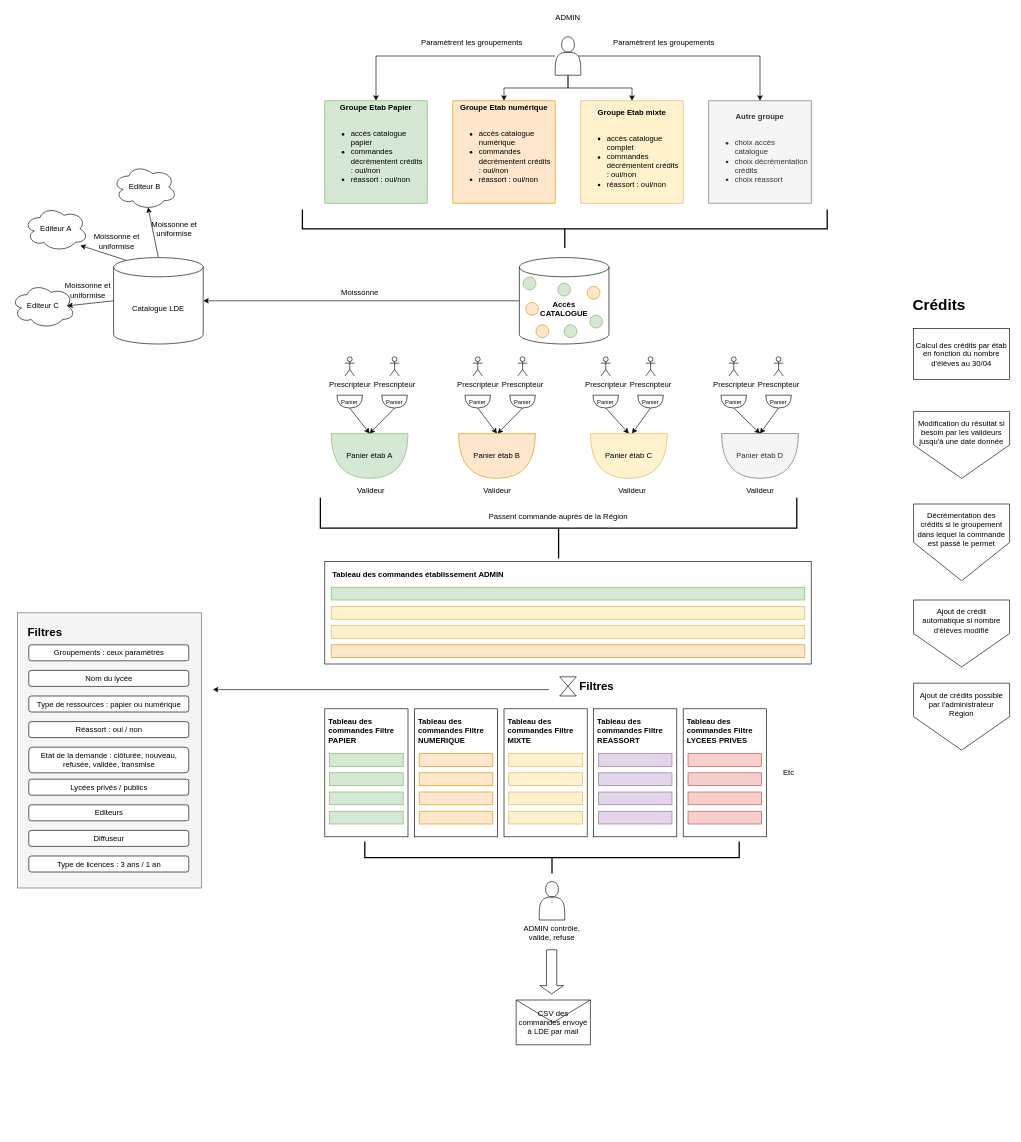
sarahlachise/projects keeps this draw.io diagram as Untitled Diagram.drawio. Above is the earlier version. Source tidied: cells renumbered, new cells numbered last; positions are measured from the earlier drawing's top-left corner, leaving out a move shared by most shapes. Both pictures are drawn from the tidied source at 64%, with x=0, y=0 at pixel (11, -34).
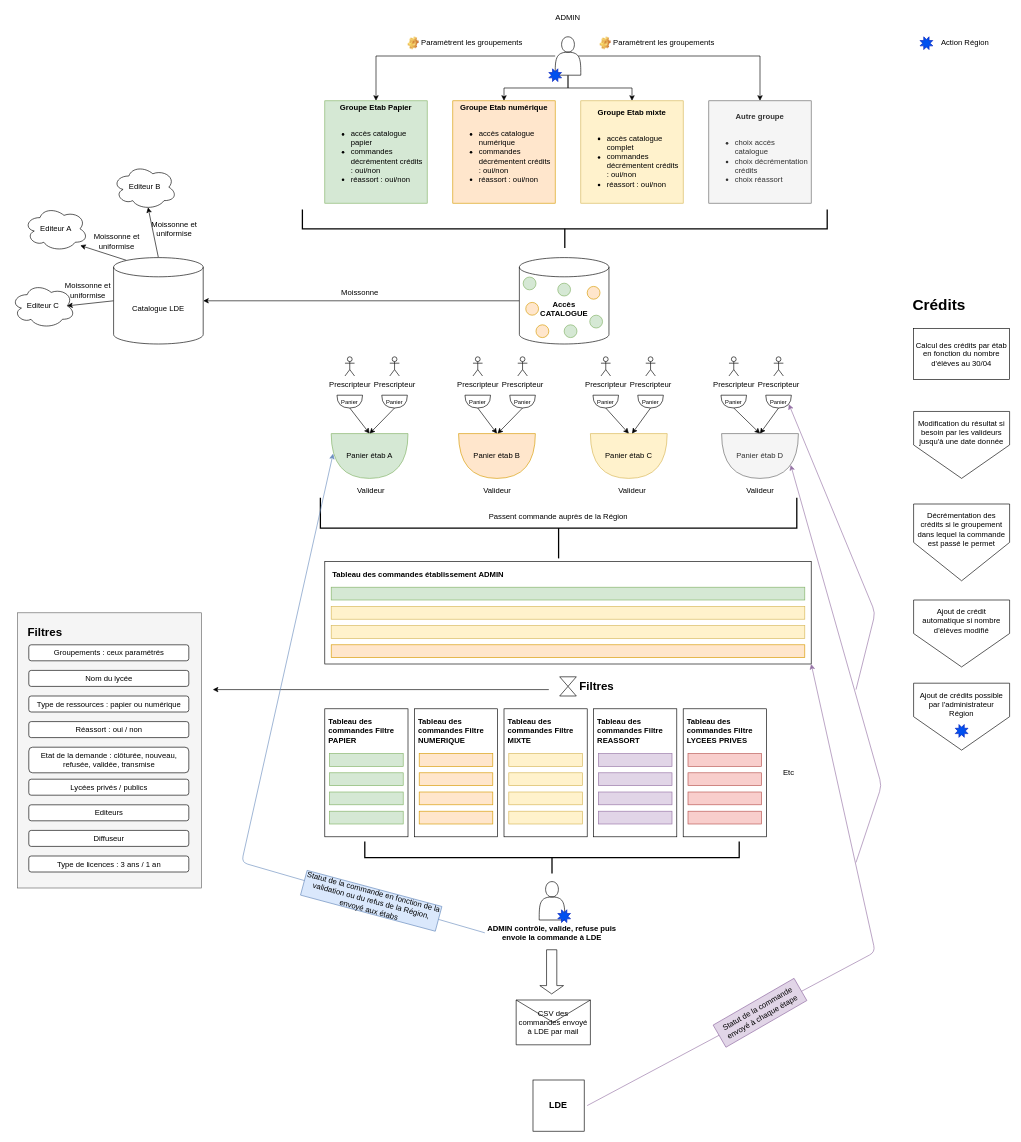
The same diagram, later.

The change refers to these unchanged cells:
```xml
<mxCell id="11" style="rounded=0;whiteSpace=wrap;html=1;" parent="1" vertex="1">
  <mxGeometry x="490" y="930" width="760" height="160" as="geometry" />
</mxCell>
<mxCell id="135" value="&lt;font style=&quot;font-size: 9px&quot;&gt;Panier&lt;/font&gt;" style="shape=or;whiteSpace=wrap;html=1;rotation=0;direction=south;" parent="134" vertex="1">
  <mxGeometry y="60" width="40" height="20" as="geometry" />
</mxCell>
<mxCell id="137" value="&lt;font style=&quot;font-size: 9px&quot;&gt;&lt;font style=&quot;font-size: 12px&quot;&gt;Panier étab A&lt;/font&gt;&lt;br&gt;&lt;/font&gt;" style="shape=or;whiteSpace=wrap;html=1;rotation=0;direction=south;fillColor=#d5e8d4;strokeColor=#82b366;" parent="1" vertex="1">
  <mxGeometry x="500" y="730" width="120" height="70" as="geometry" />
</mxCell>
<mxCell id="140" value="&lt;font style=&quot;font-size: 9px&quot;&gt;&lt;font style=&quot;font-size: 12px&quot;&gt;Panier étab D&lt;/font&gt;&lt;br&gt;&lt;/font&gt;" style="shape=or;whiteSpace=wrap;html=1;rotation=0;direction=south;fillColor=#f5f5f5;strokeColor=#666666;fontColor=#333333;" parent="1" vertex="1">
  <mxGeometry x="1110" y="730" width="120" height="70" as="geometry" />
</mxCell>
<mxCell id="180" style="group;" parent="1" vertex="1">
  <mxGeometry x="1410" y="1120" width="150" height="104.6" as="geometry" />
</mxCell>
```

What changed in the source:
```diff
@@
-    <mxCell id="66" value="Paramètrent les groupements" style="text;html=1;strokeColor=none;fillColor=none;align=center;verticalAlign=middle;whiteSpace=wrap;rounded=0;" parent="1" vertex="1">
-      <mxGeometry x="600" y="110" width="240" height="20" as="geometry" />
-    </mxCell>
-    <mxCell id="67" value="Paramètrent les groupements" style="text;html=1;strokeColor=none;fillColor=none;align=center;verticalAlign=middle;whiteSpace=wrap;rounded=0;" parent="1" vertex="1">
-      <mxGeometry x="900" y="110" width="240" height="20" as="geometry" />
-    </mxCell>
@@
-    <mxCell id="71" value="ADMIN contrôle, valide, refuse" style="text;html=1;strokeColor=none;fillColor=none;align=center;verticalAlign=middle;whiteSpace=wrap;rounded=0;" parent="1" vertex="1">
-      <mxGeometry x="785" y="1490" width="120" height="40" as="geometry" />
+    <mxCell id="71" value="&lt;b&gt;ADMIN contrôle, valide, refuse puis envoie la commande à LDE&lt;/b&gt;" style="text;html=1;strokeColor=none;fillColor=none;align=center;verticalAlign=middle;whiteSpace=wrap;rounded=0;" parent="1" vertex="1">
+      <mxGeometry x="740" y="1490" width="210" height="40" as="geometry" />
     </mxCell>
@@
+    <mxCell id="183" style="verticalLabelPosition=bottom;verticalAlign=top;html=1;shape=mxgraph.basic.8_point_star;fillColor=#0050ef;strokeColor=#001DBC;fontColor=#ffffff;" parent="180" vertex="1">
+      <mxGeometry x="65" y="64.6" width="20" height="20" as="geometry" />
+    </mxCell>
+    <mxCell id="184" style="endArrow=classic;html=1;fillColor=#e1d5e7;strokeColor=#9673a6;entryX=1;entryY=1;entryDx=0;entryDy=0;" parent="1" edge="1" target="11">
+      <mxGeometry relative="1" as="geometry">
+        <mxPoint x="900" y="1780" as="sourcePoint" />
+        <Array as="points">
+          <mxPoint x="1350" y="1540" />
+        </Array>
+      </mxGeometry>
+    </mxCell>
+    <mxCell id="185" style="endArrow=classic;html=1;fillColor=#e1d5e7;strokeColor=#9673a6;entryX=0.7;entryY=0.1;entryDx=0;entryDy=0;entryPerimeter=0;" parent="1" edge="1" target="140">
+      <mxGeometry relative="1" as="geometry">
+        <mxPoint x="1320" y="1400" as="sourcePoint" />
+        <Array as="points">
+          <mxPoint x="1360" y="1280" />
+        </Array>
+      </mxGeometry>
+    </mxCell>
+    <mxCell id="186" style="endArrow=classic;html=1;fillColor=#e1d5e7;strokeColor=#9673a6;entryX=0.7;entryY=0.1;entryDx=0;entryDy=0;entryPerimeter=0;" parent="1" edge="1" target="135">
+      <mxGeometry relative="1" as="geometry">
+        <mxPoint x="1320" y="1130" as="sourcePoint" />
+        <Array as="points">
+          <mxPoint x="1350" y="1010" />
+        </Array>
+      </mxGeometry>
+    </mxCell>
+    <mxCell id="187" value="Statut de la commande envoyé à chaque étape" style="text;html=1;strokeColor=#9673a6;fillColor=#e1d5e7;align=center;verticalAlign=middle;whiteSpace=wrap;rounded=0;rotation=-30;" parent="1" vertex="1">
+      <mxGeometry x="1097" y="1615" width="146" height="40" as="geometry" />
+    </mxCell>
+    <mxCell id="188" value="&lt;font style=&quot;font-size: 14px&quot;&gt;&lt;b&gt;LDE&lt;/b&gt;&lt;/font&gt;" style="whiteSpace=wrap;html=1;" parent="1" vertex="1">
+      <mxGeometry x="815.3" y="1740" width="80" height="80" as="geometry" />
+    </mxCell>
+    <mxCell id="189" style="endArrow=classic;html=1;fillColor=#dae8fc;strokeColor=#6c8ebf;entryX=0.448;entryY=0.975;entryDx=0;entryDy=0;entryPerimeter=0;exitX=0;exitY=0.5;exitDx=0;exitDy=0;" parent="1" edge="1" source="71" target="137">
+      <mxGeometry relative="1" as="geometry">
+        <Array as="points">
+          <mxPoint x="360" y="1400" />
+        </Array>
+      </mxGeometry>
+    </mxCell>
+    <mxCell id="190" value="&lt;div&gt;Statut de la commande en fonction de la validation ou du refus de la Région, envoyé aux étabs&lt;/div&gt;" style="text;html=1;strokeColor=#6c8ebf;fillColor=#dae8fc;align=center;verticalAlign=middle;whiteSpace=wrap;rounded=0;rotation=15;" parent="1" vertex="1">
+      <mxGeometry x="453.5" y="1440" width="218" height="40" as="geometry" />
+    </mxCell>
+    <mxCell id="191" style="group;" parent="1" vertex="1">
+      <mxGeometry x="600" y="110" width="240" height="20" as="geometry" />
+    </mxCell>
+    <mxCell id="66" value="Paramètrent les groupements" style="text;html=1;strokeColor=none;fillColor=none;align=center;verticalAlign=middle;whiteSpace=wrap;rounded=0;" parent="191" vertex="1">
+      <mxGeometry width="240" height="20" as="geometry" />
+    </mxCell>
+    <mxCell id="192" style="shape=image;html=1;verticalLabelPosition=bottom;verticalAlign=top;imageAspect=1;image=img/clipart/Gear_128x128.png;" parent="191" vertex="1">
+      <mxGeometry x="20" width="17.1" height="20" as="geometry" />
+    </mxCell>
+    <mxCell id="193" style="group;" parent="1" vertex="1">
+      <mxGeometry x="900" y="110" width="240" height="20" as="geometry" />
+    </mxCell>
+    <mxCell id="67" value="Paramètrent les groupements" style="text;html=1;strokeColor=none;fillColor=none;align=center;verticalAlign=middle;whiteSpace=wrap;rounded=0;" parent="193" vertex="1">
+      <mxGeometry width="240" height="20" as="geometry" />
+    </mxCell>
+    <mxCell id="194" style="shape=image;html=1;verticalLabelPosition=bottom;verticalAlign=top;imageAspect=1;image=img/clipart/Gear_128x128.png;" parent="193" vertex="1">
+      <mxGeometry x="20" width="17.1" height="20" as="geometry" />
+    </mxCell>
+    <mxCell id="195" style="verticalLabelPosition=bottom;verticalAlign=top;html=1;shape=mxgraph.basic.8_point_star;fillColor=#0050ef;strokeColor=#001DBC;fontColor=#ffffff;" parent="1" vertex="1">
+      <mxGeometry x="840" y="160" width="20" height="20" as="geometry" />
+    </mxCell>
+    <mxCell id="196" style="verticalLabelPosition=bottom;verticalAlign=top;html=1;shape=mxgraph.basic.8_point_star;fillColor=#0050ef;strokeColor=#001DBC;fontColor=#ffffff;" parent="1" vertex="1">
+      <mxGeometry x="854" y="1474" width="20" height="20" as="geometry" />
+    </mxCell>
+    <mxCell id="197" style="verticalLabelPosition=bottom;verticalAlign=top;html=1;shape=mxgraph.basic.8_point_star;fillColor=#0050ef;strokeColor=#001DBC;fontColor=#ffffff;" parent="1" vertex="1">
+      <mxGeometry x="1420" y="110" width="20" height="20" as="geometry" />
+    </mxCell>
+    <mxCell id="198" value="Action Région" style="text;html=1;strokeColor=none;fillColor=none;align=center;verticalAlign=middle;whiteSpace=wrap;rounded=0;" parent="1" vertex="1">
+      <mxGeometry x="1451" y="110" width="79" height="20" as="geometry" />
+    </mxCell>
```
